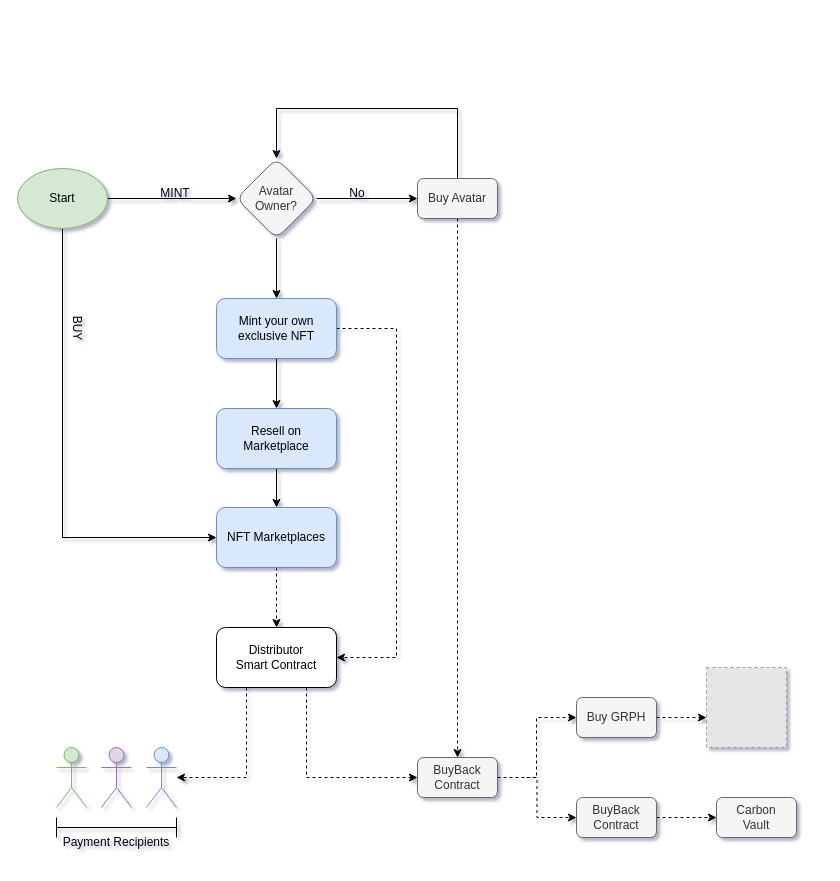
This is CryptoKiwisSaleFlow.drawio from Carbon-Labs/Diagrams, a draw.io file, before an edit. Source tidied: cells renumbered, new cells numbered last; positions are measured from the earlier drawing's top-left corner, leaving out a move shared by most shapes. Both pictures are drawn from the tidied source at 100%, with x=0, y=0 at pixel (17, 108). Pictures stored in the file or linked from it are replaced by grey dashed boxes.
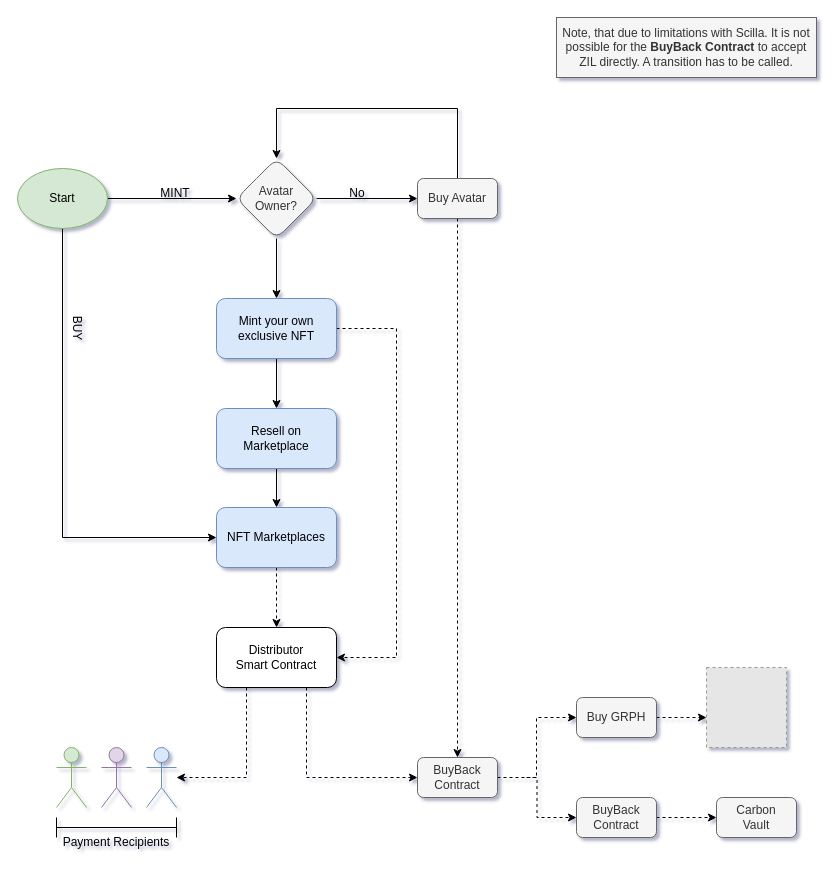
After the change.

The edit, as a diff of the source:
```diff
@@
+    <mxCell id="38" value="Note, that due to limitations with Scilla. It is not possible for the &lt;b&gt;BuyBack&lt;/b&gt; &lt;b&gt;Contract&lt;/b&gt; to accept ZIL directly. A transition has to be called." style="text;html=1;strokeColor=#666666;fillColor=#f5f5f5;align=center;verticalAlign=middle;whiteSpace=wrap;rounded=0;fontColor=#333333;" parent="1" vertex="1">
+      <mxGeometry x="539" y="-91" width="260" height="60" as="geometry" />
+    </mxCell>
```
